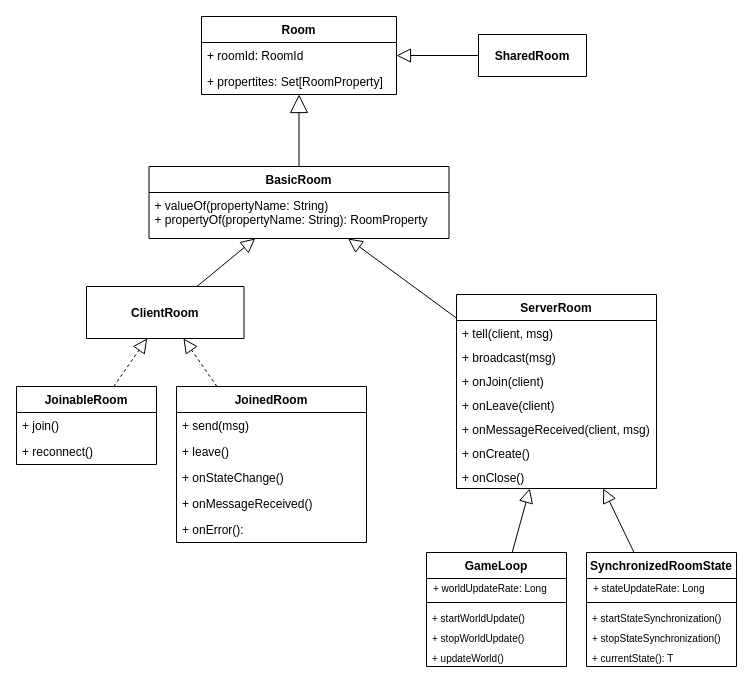
Before: page "detailed" (1 of 4) of doc/diagrams/common/room/room-class.drawio in StefanoSalvatori/PPS-18-scala-omg, a draw.io diagram. Source tidied: cells renumbered, new cells numbered last; positions are measured from the earlier drawing's top-left corner, leaving out a move shared by most shapes. Both pictures are drawn from the tidied source at 100%, with x=0, y=0 at pixel (16, 16).
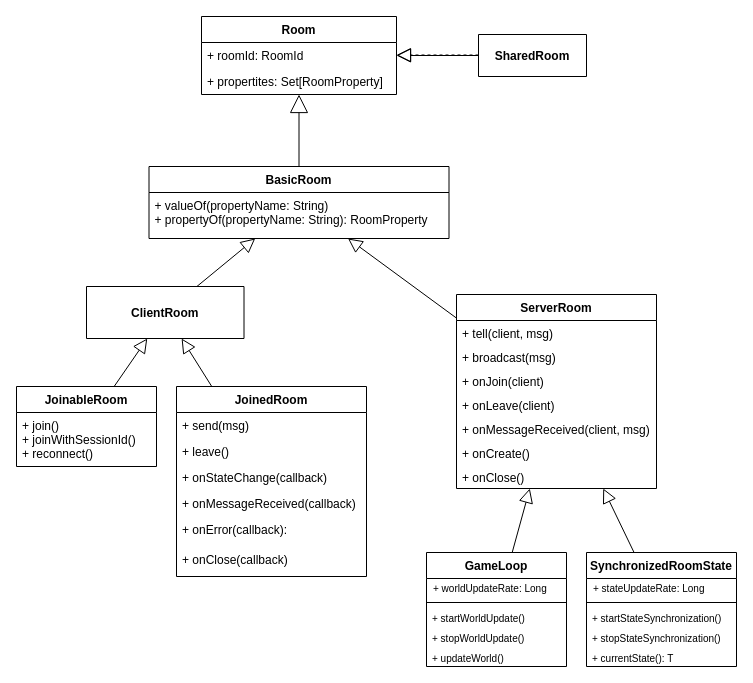
The same diagram, later.

Commit message (it also covers changes not shown here):
client: architecture, design, room

The change refers to these unchanged cells:
```xml
<mxCell id="29" value="ClientRoom" style="swimlane;fontStyle=1;align=center;verticalAlign=middle;horizontal=1;startSize=52;" parent="1" vertex="1">
  <mxGeometry x="70" y="270" width="157.5" height="52" as="geometry" />
</mxCell>
```

The edit, as a diff of the source:
```diff
@@
-    <mxCell id="3" style="endArrow=block;dashed=1;endFill=0;endSize=12;html=1;" parent="1" edge="1" source="36" target="29">
+    <mxCell id="3" style="endArrow=block;endFill=0;endSize=12;html=1;" parent="1" edge="1" source="36" target="29">
       <mxGeometry relative="1" as="geometry" />
     </mxCell>
@@
-    <mxCell id="7" style="edgeStyle=none;rounded=0;jettySize=auto;html=1;startSize=8;endArrow=block;endFill=0;endSize=12;dashed=1;" parent="1" edge="1" source="30" target="29">
+    <mxCell id="7" style="edgeStyle=none;rounded=0;jettySize=auto;html=1;startSize=8;endArrow=block;endFill=0;endSize=12;" parent="1" edge="1" source="30" target="29">
       <mxGeometry relative="1" as="geometry" />
     </mxCell>
@@
     <mxCell id="30" value="JoinedRoom" style="swimlane;fontStyle=1;align=center;verticalAlign=top;horizontal=1;startSize=26;" parent="1" vertex="1">
-      <mxGeometry x="160" y="370" width="190" height="156" as="geometry" />
+      <mxGeometry x="160" y="370" width="190" height="190" as="geometry" />
     </mxCell>
@@
-    <mxCell id="33" value="+ onStateChange()" style="text;strokeColor=none;fillColor=none;align=left;verticalAlign=top;spacingLeft=4;spacingRight=4;overflow=hidden;" parent="30" vertex="1">
+    <mxCell id="33" value="+ onStateChange(callback)" style="text;strokeColor=none;fillColor=none;align=left;verticalAlign=top;spacingLeft=4;spacingRight=4;overflow=hidden;" parent="30" vertex="1">
       <mxGeometry y="78" width="190" height="26" as="geometry" />
     </mxCell>
-    <mxCell id="34" value="+ onMessageReceived()" style="text;strokeColor=none;fillColor=none;align=left;verticalAlign=top;spacingLeft=4;spacingRight=4;overflow=hidden;" parent="30" vertex="1">
+    <mxCell id="34" value="+ onMessageReceived(callback)" style="text;strokeColor=none;fillColor=none;align=left;verticalAlign=top;spacingLeft=4;spacingRight=4;overflow=hidden;" parent="30" vertex="1">
       <mxGeometry y="104" width="190" height="26" as="geometry" />
     </mxCell>
-    <mxCell id="35" value="+ onError(): " style="text;strokeColor=none;fillColor=none;align=left;verticalAlign=top;spacingLeft=4;spacingRight=4;overflow=hidden;" parent="30" vertex="1">
-      <mxGeometry y="130" width="190" height="26" as="geometry" />
+    <mxCell id="35" value="+ onError(callback): " style="text;strokeColor=none;fillColor=none;align=left;verticalAlign=top;spacingLeft=4;spacingRight=4;overflow=hidden;" parent="30" vertex="1">
+      <mxGeometry y="130" width="190" height="60" as="geometry" />
     </mxCell>
     <mxCell id="36" value="JoinableRoom" style="swimlane;fontStyle=1;align=center;verticalAlign=top;horizontal=1;startSize=26;" parent="1" vertex="1">
-      <mxGeometry y="370" width="140" height="78" as="geometry" />
+      <mxGeometry y="370" width="140" height="80" as="geometry" />
     </mxCell>
-    <mxCell id="37" value="+ join()" style="text;strokeColor=none;fillColor=none;align=left;verticalAlign=top;spacingLeft=4;spacingRight=4;overflow=hidden;" parent="36" vertex="1">
-      <mxGeometry y="26" width="140" height="26" as="geometry" />
+    <mxCell id="37" value="+ join()&#10;+ joinWithSessionId()&#10;+ reconnect()&#10;&#10;" style="text;strokeColor=none;fillColor=none;align=left;verticalAlign=top;spacingLeft=4;spacingRight=4;overflow=hidden;" parent="36" vertex="1">
+      <mxGeometry y="26" width="140" height="54" as="geometry" />
     </mxCell>
-    <mxCell id="38" value="+ reconnect()" style="text;strokeColor=none;fillColor=none;align=left;verticalAlign=top;spacingLeft=4;spacingRight=4;overflow=hidden;" parent="36" vertex="1">
-      <mxGeometry y="52" width="140" height="26" as="geometry" />
-    </mxCell>
@@
+    <mxCell id="46" value="+ onClose(callback)" style="text;strokeColor=none;fillColor=none;align=left;verticalAlign=top;spacingLeft=4;spacingRight=4;overflow=hidden;" parent="1" vertex="1">
+      <mxGeometry x="160" y="530" width="190" height="26" as="geometry" />
+    </mxCell>
+    <mxCell id="47" style="edgeStyle=none;rounded=0;orthogonalLoop=1;jettySize=auto;html=1;startSize=8;endArrow=block;endFill=0;endSize=12;fontSize=12;dashed=1;" parent="1" edge="1">
+      <mxGeometry relative="1" as="geometry">
+        <mxPoint x="462" y="38.5" as="sourcePoint" />
+        <mxPoint x="380" y="38.5" as="targetPoint" />
+      </mxGeometry>
+    </mxCell>
```
